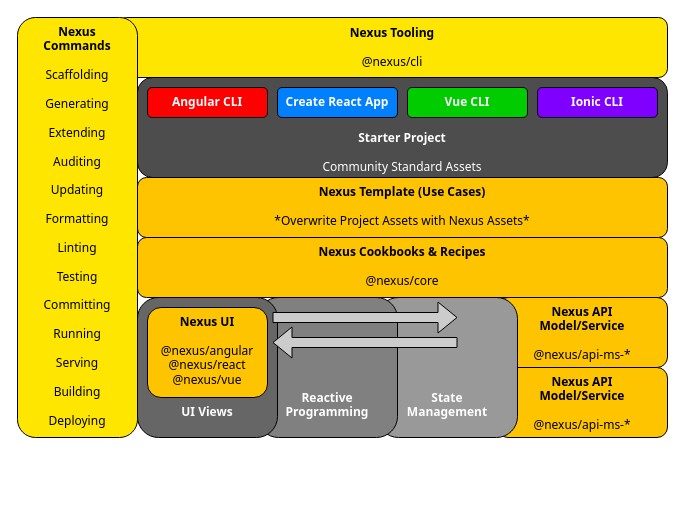
hikumealan/draw-io-diagrams keeps this draw.io diagram as Nexus UI Arch.drawio. Above is the earlier version. Source tidied: cells renumbered, new cells numbered last; positions are measured from the earlier drawing's top-left corner, leaving out a move shared by most shapes. Both pictures are drawn from the tidied source at 100%, with x=0, y=0 at pixel (17, 17).
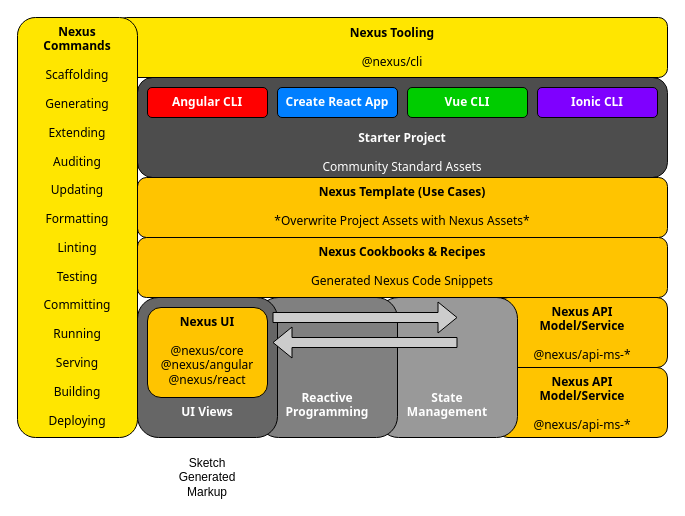
The same page after the edit.

Diff of the diagram source:
```diff
@@
-    <mxCell id="8" value="&lt;b&gt;Nexus Cookbooks &amp;amp; Recipes&lt;/b&gt;&lt;br&gt;&lt;br&gt;@nexus/core" style="rounded=1;whiteSpace=wrap;html=1;verticalAlign=top;strokeColor=#030201;fillColor=#FFC400;fontFamily=Tahoma;spacing=3;" parent="1" vertex="1">
+    <mxCell id="8" value="&lt;b&gt;Nexus Cookbooks &amp;amp; Recipes&lt;/b&gt;&lt;br&gt;&lt;br&gt;Generated Nexus Code Snippets" style="rounded=1;whiteSpace=wrap;html=1;verticalAlign=top;strokeColor=#030201;fillColor=#FFC400;fontFamily=Tahoma;spacing=3;" parent="1" vertex="1">
       <mxGeometry x="120" y="220" width="530" height="60" as="geometry" />
     </mxCell>
@@
-    <mxCell id="13" value="&lt;b&gt;Nexus UI&lt;/b&gt;&lt;br&gt;&lt;br&gt;@nexus/angular&lt;br&gt;@nexus/react&lt;br&gt;@nexus/vue" style="rounded=1;whiteSpace=wrap;html=1;verticalAlign=top;fillColor=#FFC400;fontFamily=Tahoma;spacing=3;" parent="1" vertex="1">
+    <mxCell id="13" value="&lt;b&gt;Nexus UI&lt;/b&gt;&lt;br&gt;&lt;br&gt;@nexus/core&lt;br&gt;@nexus/angular&lt;br&gt;@nexus/react" style="rounded=1;whiteSpace=wrap;html=1;verticalAlign=top;fillColor=#FFC400;fontFamily=Tahoma;spacing=3;" parent="1" vertex="1">
       <mxGeometry x="130" y="290" width="120" height="90" as="geometry" />
     </mxCell>
@@
+    <mxCell id="19" value="Sketch Generated Markup" style="text;html=1;strokeColor=none;fillColor=none;align=center;verticalAlign=middle;whiteSpace=wrap;rounded=0;" parent="1" vertex="1">
+      <mxGeometry x="170" y="450" width="40" height="20" as="geometry" />
+    </mxCell>
```
